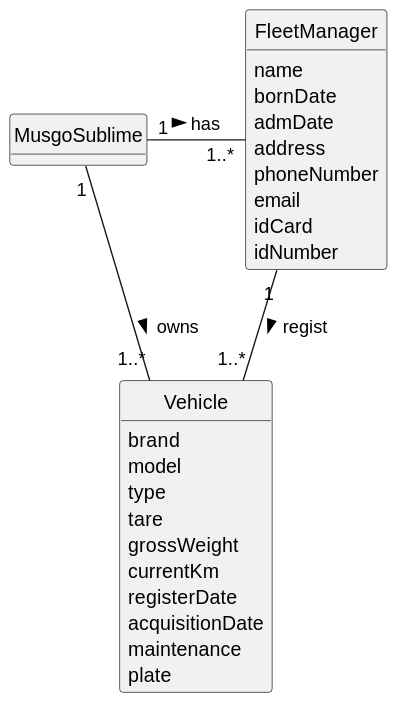
Earlier version of the PlantUML export docs/sprintA/us006/02.analysis/svg/us006-domain-model.svg (1231360-ISEP/lei-24-s2-1db-g021).
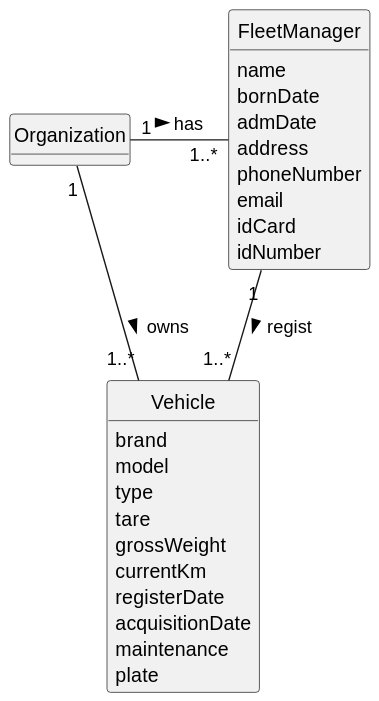
After the change.

Commit message:
Update US domain model and SVG

The edit, as a diff of the source:
```diff
@@ -8,7 +8,7 @@
 hide circle
 hide methods
 
-class MusgoSublime {
+class Organization {
 }
 
 class FleetManager {
@@ -35,7 +35,7 @@
     plate
 }
 
-MusgoSublime "1" - "1..*" FleetManager: has >
+Organization "1" - "1..*" FleetManager: has >
 FleetManager "1" -- "1..*" Vehicle : regist >
-MusgoSublime "1" - "1..*" Vehicle: owns >
+Organization "1" - "1..*" Vehicle: owns >
 @enduml
```
